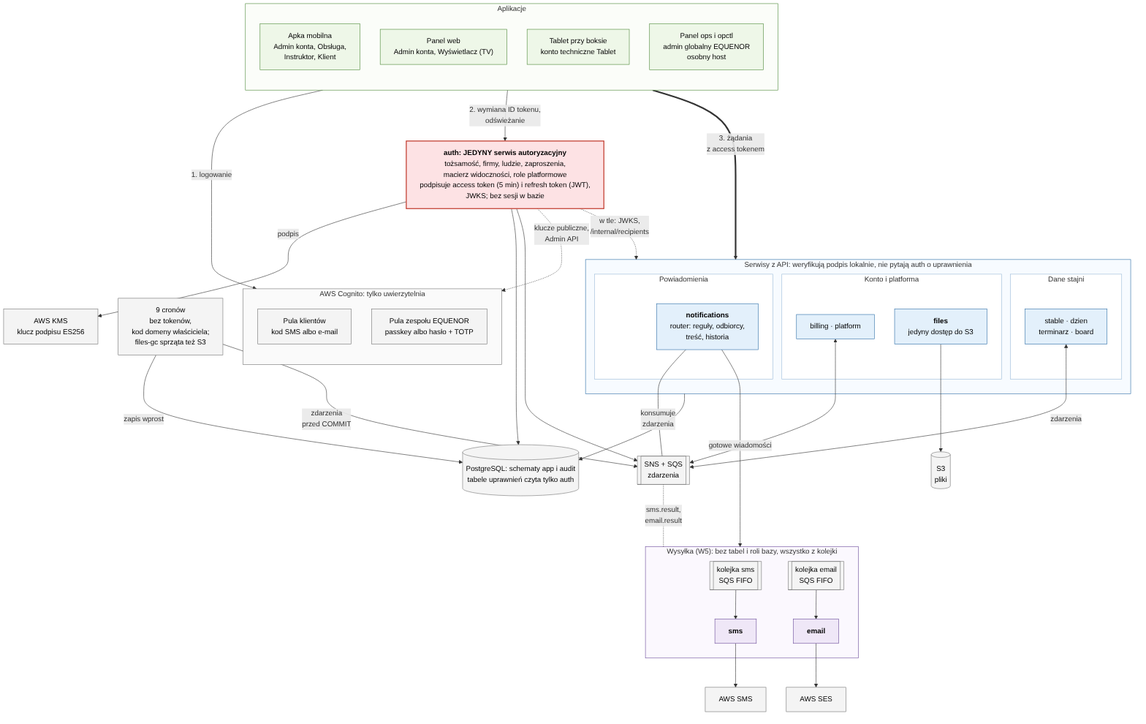
Earlier version of the Mermaid export docs/mikroserwisy/uslugi.png (ClewlerStudent/KonskaAppka). Its source is kept beside it as docs/mikroserwisy/uslugi.mmd.
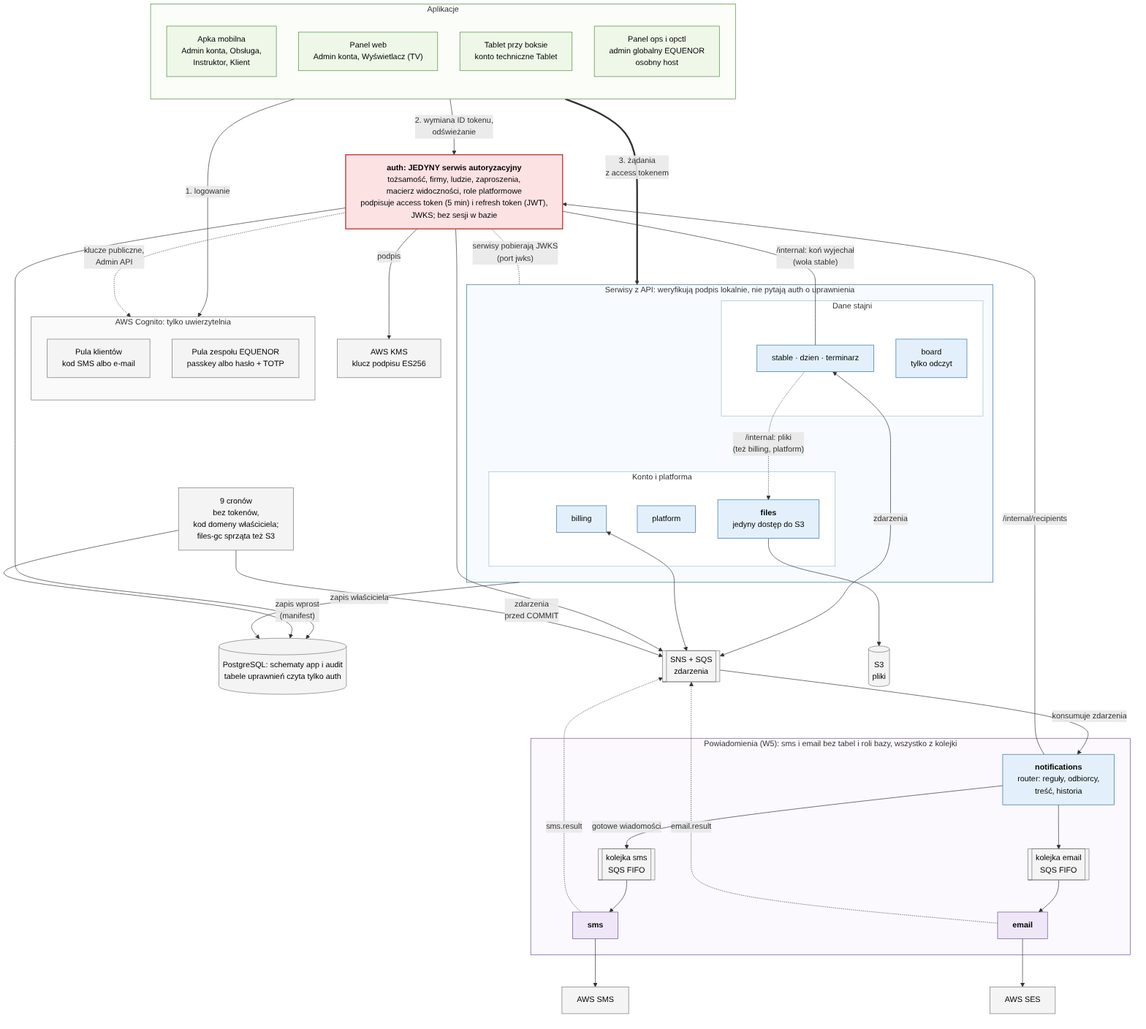
The same file after the commit.

Commit message:
Struktura serwisów: 11 serwisów, bez sesji w bazie, crony piszą do bazy, sms/email z kolejki

Diff of the diagram source:
```diff
@@ -20,27 +20,27 @@
     subgraph S["Serwisy z API: weryfikują podpis lokalnie, nie pytają auth o uprawnienia"]
         direction LR
         subgraph G1["Dane stajni"]
-            s1["stable · dzien<br/>terminarz · board"]
+            s1["stable · dzien · terminarz"]
+            bd["board<br/>tylko odczyt"]
         end
         subgraph G2["Konto i platforma"]
-            s2["billing · platform"]
+            bl["billing"]
+            pl["platform"]
             fl["<b>files</b><br/>jedyny dostęp do S3"]
         end
-        subgraph G3["Powiadomienia"]
-            nf["<b>notifications</b><br/>router: reguły, odbiorcy,<br/>treść, historia"]
-        end
-    end
-
-    subgraph W["Wysyłka (W5): bez tabel i roli bazy, wszystko z kolejki"]
-        direction LR
-        qs[["kolejka sms<br/>SQS FIFO"]] --> sms["<b>sms</b>"]
-        qe[["kolejka email<br/>SQS FIFO"]] --> em["<b>email</b>"]
     end
 
     CR["9 cronów<br/>bez tokenów,<br/>kod domeny właściciela;<br/>files-gc sprząta też S3"]
     DB[("PostgreSQL: schematy app i audit<br/>tabele uprawnień czyta tylko auth")]
     EV[["SNS + SQS<br/>zdarzenia"]]
     S3[("S3<br/>pliki")]
+
+    subgraph N["Powiadomienia (W5): sms i email bez tabel i roli bazy, wszystko z kolejki"]
+        direction TB
+        nf["<b>notifications</b><br/>router: reguły, odbiorcy,<br/>treść, historia"]
+        qs[["kolejka sms<br/>SQS FIFO"]] --> sms["<b>sms</b>"]
+        qe[["kolejka email<br/>SQS FIFO"]] --> em["<b>email</b>"]
+    end
     AWSSMS["AWS SMS"]
     SES["AWS SES"]
 
@@ -49,19 +49,23 @@
     AUTH -.->|"klucze publiczne,<br/>Admin API"| C
     AUTH -- "podpis" --> KMS
     K ==>|"3. żądania<br/>z access tokenem"| S
-    AUTH -.->|"w tle: JWKS,<br/>/internal/recipients"| S
-    AUTH ~~~ CR
-    S --> DB
+    AUTH -.-|"serwisy pobierają JWKS<br/>(port jwks)"| S
+    AUTH ---|"/internal: koń wyjechał<br/>(woła stable)"| s1
+    s1 -.->|"/internal: pliki<br/>(też billing, platform)"| fl
+    S -- "zapis właściciela" --> DB
     AUTH --> DB
-    CR -- "zapis wprost" --> DB
+    CR -- "zapis wprost<br/>(manifest)" --> DB
     s1 <-->|"zdarzenia"| EV
-    s2 <--> EV
-    nf ---|"konsumuje<br/>zdarzenia"| EV
+    bl <--> EV
     AUTH --> EV
     CR -- "zdarzenia<br/>przed COMMIT" --> EV
+    EV -- "konsumuje zdarzenia" --> nf
+    nf -- "gotowe wiadomości" --> qs
+    nf --> qe
+    nf -->|"/internal/recipients"| AUTH
+    sms -. "sms.result" .-> EV
+    em -. "email.result" .-> EV
     fl --> S3
-    nf -- "gotowe wiadomości" --> W
-    EV -. "sms.result,<br/>email.result" .- W
     sms --> AWSSMS
     em --> SES
 
@@ -71,14 +75,13 @@
     classDef cli fill:#eef7e8,stroke:#4f8a3a,color:#000
     classDef ext fill:#f4f4f4,stroke:#777,color:#000
     class AUTH authc
-    class s1,s2,fl,nf svc
+    class s1,bd,bl,pl,fl,nf svc
     class sms,em wrk
     class apka,panel,tablet,ops cli
     class pk,pz,KMS,DB,EV,S3,CR,qs,qe,AWSSMS,SES ext
     style K fill:#fbfdf9,stroke:#4f8a3a
     style S fill:#f7fbff,stroke:#2f6fa7
     style C fill:#fafafa,stroke:#777
-    style W fill:#fbf8fe,stroke:#6b4c9a
+    style N fill:#fbf8fe,stroke:#6b4c9a
     style G1 fill:#ffffff,stroke:#9bbbd8
     style G2 fill:#ffffff,stroke:#9bbbd8
-    style G3 fill:#ffffff,stroke:#9bbbd8
```
